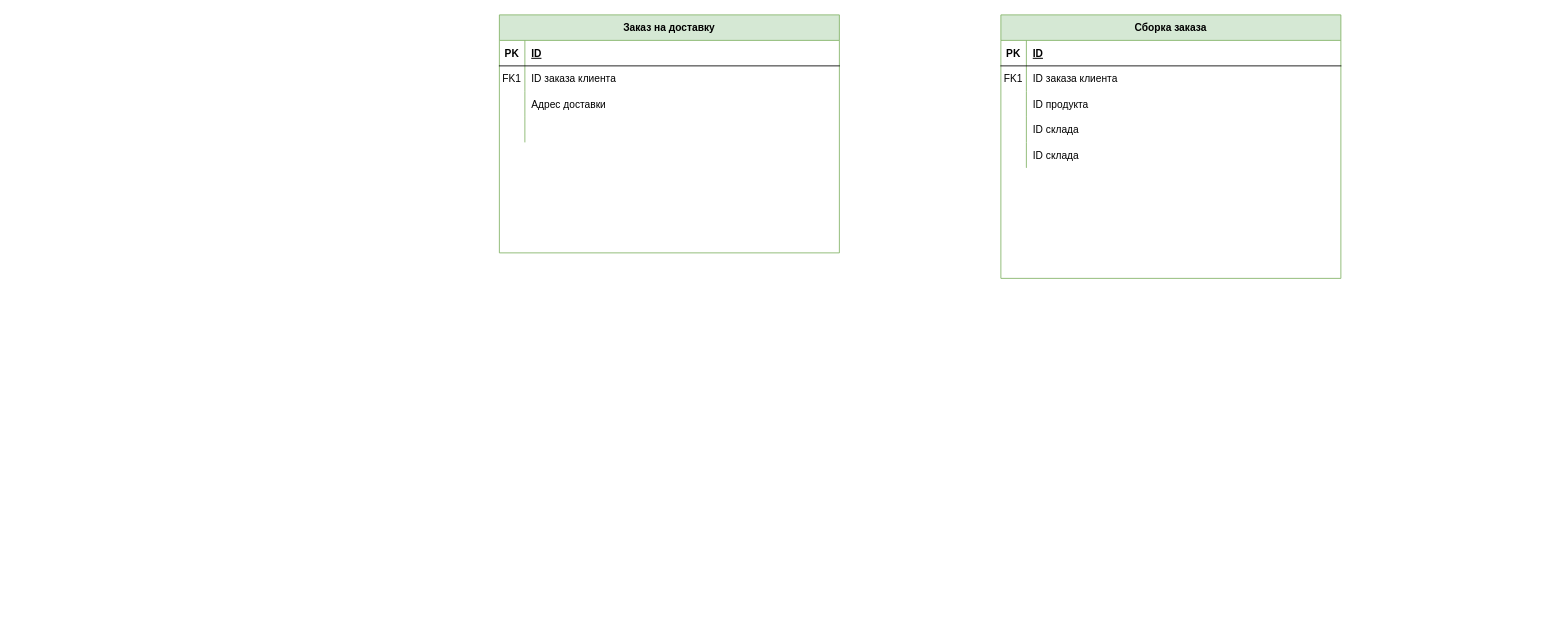
getitsoIved/examplesOfArtifacts keeps this draw.io diagram as ERD Доставка.drawio. Above is the earlier version. Source tidied: cells renumbered, new cells numbered last; positions are measured from the earlier drawing's top-left corner, leaving out a move shared by most shapes. Both pictures are drawn from the tidied source at 85%, with x=0, y=0 at pixel (499, 14).
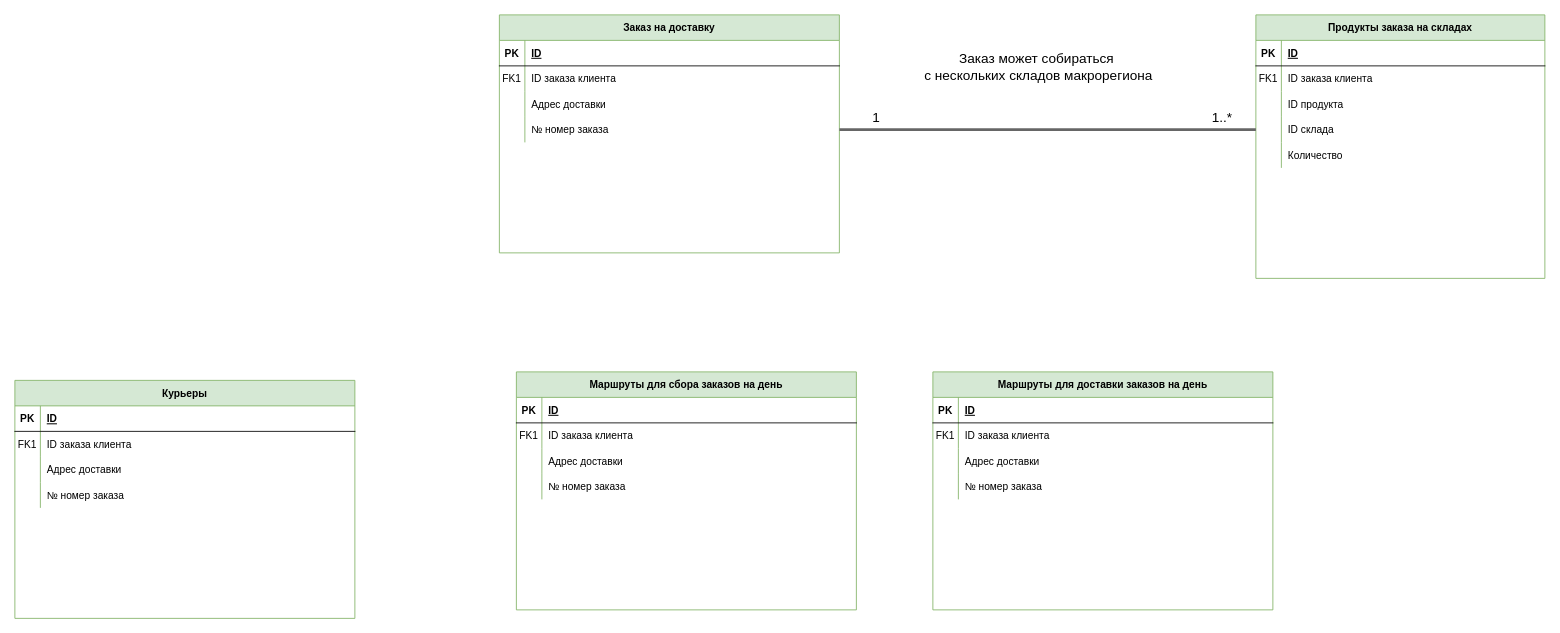
The same diagram, later.

Unchanged cells that the change refers to:
```xml
<mxCell id="12" style="shape=partialRectangle;fillColor=none;points=[[0,0.5],[1,0.5]];portConstraint=eastwest;top=0;left=0;right=0;bottom=0;" parent="2" vertex="1">
  <mxGeometry y="120" width="400" height="30" as="geometry" />
</mxCell>
```

What changed in the source:
```diff
@@
-    <mxCell id="14" style="shape=partialRectangle;overflow=hidden;fillColor=none;top=0;left=0;bottom=0;right=0;align=left;spacingLeft=6;" parent="12" vertex="1">
+    <mxCell id="14" value="№ номер заказа" style="shape=partialRectangle;overflow=hidden;fillColor=none;top=0;left=0;bottom=0;right=0;align=left;spacingLeft=6;" parent="12" vertex="1">
       <mxGeometry x="30" width="370" height="30" as="geometry" />
     </mxCell>
-    <mxCell id="15" value="Сборка заказа" style="shape=table;startSize=30;childLayout=tableLayout;rowLines=0;fontStyle=1;align=center;fillColor=#d5e8d4;strokeColor=#82b366;" parent="1" vertex="1">
-      <mxGeometry x="590" width="400" height="310" as="geometry" />
+    <mxCell id="15" value="Продукты заказа на складах" style="shape=table;startSize=30;childLayout=tableLayout;rowLines=0;fontStyle=1;align=center;fillColor=#d5e8d4;strokeColor=#82b366;" parent="1" vertex="1">
+      <mxGeometry x="890" width="340" height="310" as="geometry" />
     </mxCell>
     <mxCell id="16" style="shape=partialRectangle;fillColor=none;top=0;left=0;right=0;bottom=1;" parent="15" vertex="1">
-      <mxGeometry y="30" width="400" height="30" as="geometry" />
+      <mxGeometry y="30" width="340" height="30" as="geometry" />
     </mxCell>
@@
     <mxCell id="18" value="ID" style="shape=partialRectangle;overflow=hidden;fillColor=none;top=0;left=0;bottom=0;right=0;align=left;spacingLeft=6;fontStyle=5;" parent="16" vertex="1">
-      <mxGeometry x="30" width="370" height="30" as="geometry" />
+      <mxGeometry x="30" width="310" height="30" as="geometry" />
     </mxCell>
     <mxCell id="19" style="shape=partialRectangle;fillColor=none;top=0;left=0;right=0;bottom=0;" parent="15" vertex="1">
-      <mxGeometry y="60" width="400" height="30" as="geometry" />
+      <mxGeometry y="60" width="340" height="30" as="geometry" />
     </mxCell>
@@
     <mxCell id="21" value="ID заказа клиента" style="shape=partialRectangle;overflow=hidden;fillColor=none;top=0;left=0;bottom=0;right=0;align=left;spacingLeft=6;" parent="19" vertex="1">
-      <mxGeometry x="30" width="370" height="30" as="geometry" />
+      <mxGeometry x="30" width="310" height="30" as="geometry" />
     </mxCell>
     <mxCell id="22" style="shape=partialRectangle;fillColor=none;top=0;left=0;right=0;bottom=0;" parent="15" vertex="1">
-      <mxGeometry y="90" width="400" height="30" as="geometry" />
+      <mxGeometry y="90" width="340" height="30" as="geometry" />
     </mxCell>
@@
     <mxCell id="24" value="ID продукта" style="shape=partialRectangle;overflow=hidden;fillColor=none;top=0;left=0;bottom=0;right=0;align=left;spacingLeft=6;" parent="22" vertex="1">
-      <mxGeometry x="30" width="370" height="30" as="geometry" />
+      <mxGeometry x="30" width="310" height="30" as="geometry" />
     </mxCell>
     <mxCell id="25" style="shape=partialRectangle;fillColor=none;points=[[0,0.5],[1,0.5]];portConstraint=eastwest;top=0;left=0;right=0;bottom=0;" parent="15" vertex="1">
-      <mxGeometry y="120" width="400" height="30" as="geometry" />
+      <mxGeometry y="120" width="340" height="30" as="geometry" />
     </mxCell>
@@
     <mxCell id="27" value="ID склада" style="shape=partialRectangle;overflow=hidden;fillColor=none;top=0;left=0;bottom=0;right=0;align=left;spacingLeft=6;" parent="25" vertex="1">
-      <mxGeometry x="30" width="370" height="30" as="geometry" />
+      <mxGeometry x="30" width="310" height="30" as="geometry" />
     </mxCell>
     <mxCell id="28" style="shape=partialRectangle;fillColor=none;top=0;left=0;right=0;bottom=0;" parent="15" vertex="1">
-      <mxGeometry y="150" width="400" height="30" as="geometry" />
+      <mxGeometry y="150" width="340" height="30" as="geometry" />
     </mxCell>
@@
-    <mxCell id="30" value="ID склада" style="shape=partialRectangle;overflow=hidden;fillColor=none;top=0;left=0;bottom=0;right=0;align=left;spacingLeft=6;" parent="28" vertex="1">
-      <mxGeometry x="30" width="370" height="30" as="geometry" />
+    <mxCell id="30" value="Количество" style="shape=partialRectangle;overflow=hidden;fillColor=none;top=0;left=0;bottom=0;right=0;align=left;spacingLeft=6;" parent="28" vertex="1">
+      <mxGeometry x="30" width="310" height="30" as="geometry" />
     </mxCell>
+    <mxCell id="31" style="edgeStyle=orthogonalEdgeStyle;rounded=0;jettySize=auto;html=1;endArrow=none;endFill=0;fillColor=#f5f5f5;strokeColor=#666666;strokeWidth=3;" parent="1" edge="1" source="12" target="25">
+      <mxGeometry relative="1" as="geometry" />
+    </mxCell>
+    <mxCell id="32" value="1..*" style="edgeLabel;html=1;align=center;verticalAlign=middle;fontSize=16;" parent="31" vertex="1">
+      <mxGeometry x="0.84" relative="1" as="geometry">
+        <mxPoint x="-2" y="-16" as="offset" />
+      </mxGeometry>
+    </mxCell>
+    <mxCell id="33" value="1" style="edgeLabel;html=1;align=center;verticalAlign=middle;fontSize=16;" parent="31" vertex="1">
+      <mxGeometry x="-0.83" y="5" relative="1" as="geometry">
+        <mxPoint y="-11" as="offset" />
+      </mxGeometry>
+    </mxCell>
+    <mxCell id="34" value="&lt;font style=&quot;font-size: 16px;&quot;&gt;Заказ может собираться&amp;nbsp;&lt;br&gt;с нескольких складов макрорегиона&lt;/font&gt;" style="edgeLabel;html=1;align=center;verticalAlign=middle;" parent="31" vertex="1">
+      <mxGeometry x="-0.05" y="5" relative="1" as="geometry">
+        <mxPoint y="-70" as="offset" />
+      </mxGeometry>
+    </mxCell>
+    <mxCell id="35" value="Маршруты для сбора заказов на день" style="shape=table;startSize=30;childLayout=tableLayout;rowLines=0;fontStyle=1;align=center;fillColor=#d5e8d4;strokeColor=#82b366;" parent="1" vertex="1">
+      <mxGeometry x="20" y="420" width="400" height="280" as="geometry" />
+    </mxCell>
+    <mxCell id="36" style="shape=partialRectangle;fillColor=none;top=0;left=0;right=0;bottom=1;" parent="35" vertex="1">
+      <mxGeometry y="30" width="400" height="30" as="geometry" />
+    </mxCell>
+    <mxCell id="37" value="PK" style="shape=partialRectangle;overflow=hidden;fillColor=none;top=0;left=0;bottom=0;right=0;fontStyle=1;" parent="36" vertex="1">
+      <mxGeometry width="30" height="30" as="geometry" />
+    </mxCell>
+    <mxCell id="38" value="ID" style="shape=partialRectangle;overflow=hidden;fillColor=none;top=0;left=0;bottom=0;right=0;align=left;spacingLeft=6;fontStyle=5;" parent="36" vertex="1">
+      <mxGeometry x="30" width="370" height="30" as="geometry" />
+    </mxCell>
+    <mxCell id="39" style="shape=partialRectangle;fillColor=none;top=0;left=0;right=0;bottom=0;" parent="35" vertex="1">
+      <mxGeometry y="60" width="400" height="30" as="geometry" />
+    </mxCell>
+    <mxCell id="40" value="FK1" style="shape=partialRectangle;overflow=hidden;fillColor=none;top=0;left=0;bottom=0;right=0;" parent="39" vertex="1">
+      <mxGeometry width="30" height="30" as="geometry" />
+    </mxCell>
+    <mxCell id="41" value="ID заказа клиента" style="shape=partialRectangle;overflow=hidden;fillColor=none;top=0;left=0;bottom=0;right=0;align=left;spacingLeft=6;" parent="39" vertex="1">
+      <mxGeometry x="30" width="370" height="30" as="geometry" />
+    </mxCell>
+    <mxCell id="42" style="shape=partialRectangle;fillColor=none;top=0;left=0;right=0;bottom=0;" parent="35" vertex="1">
+      <mxGeometry y="90" width="400" height="30" as="geometry" />
+    </mxCell>
+    <mxCell id="43" style="shape=partialRectangle;overflow=hidden;fillColor=none;top=0;left=0;bottom=0;right=0;" parent="42" vertex="1">
+      <mxGeometry width="30" height="30" as="geometry" />
+    </mxCell>
+    <mxCell id="44" value="Адрес доставки" style="shape=partialRectangle;overflow=hidden;fillColor=none;top=0;left=0;bottom=0;right=0;align=left;spacingLeft=6;" parent="42" vertex="1">
+      <mxGeometry x="30" width="370" height="30" as="geometry" />
+    </mxCell>
+    <mxCell id="45" style="shape=partialRectangle;fillColor=none;top=0;left=0;right=0;bottom=0;" parent="35" vertex="1">
+      <mxGeometry y="120" width="400" height="30" as="geometry" />
+    </mxCell>
+    <mxCell id="46" style="shape=partialRectangle;overflow=hidden;fillColor=none;top=0;left=0;bottom=0;right=0;" parent="45" vertex="1">
+      <mxGeometry width="30" height="30" as="geometry" />
+    </mxCell>
+    <mxCell id="47" value="№ номер заказа" style="shape=partialRectangle;overflow=hidden;fillColor=none;top=0;left=0;bottom=0;right=0;align=left;spacingLeft=6;" parent="45" vertex="1">
+      <mxGeometry x="30" width="370" height="30" as="geometry" />
+    </mxCell>
+    <mxCell id="48" value="Маршруты для доставки заказов на день" style="shape=table;startSize=30;childLayout=tableLayout;rowLines=0;fontStyle=1;align=center;fillColor=#d5e8d4;strokeColor=#82b366;" parent="1" vertex="1">
+      <mxGeometry x="510" y="420" width="400" height="280" as="geometry" />
+    </mxCell>
+    <mxCell id="49" style="shape=partialRectangle;fillColor=none;top=0;left=0;right=0;bottom=1;" parent="48" vertex="1">
+      <mxGeometry y="30" width="400" height="30" as="geometry" />
+    </mxCell>
+    <mxCell id="50" value="PK" style="shape=partialRectangle;overflow=hidden;fillColor=none;top=0;left=0;bottom=0;right=0;fontStyle=1;" parent="49" vertex="1">
+      <mxGeometry width="30" height="30" as="geometry" />
+    </mxCell>
+    <mxCell id="51" value="ID" style="shape=partialRectangle;overflow=hidden;fillColor=none;top=0;left=0;bottom=0;right=0;align=left;spacingLeft=6;fontStyle=5;" parent="49" vertex="1">
+      <mxGeometry x="30" width="370" height="30" as="geometry" />
+    </mxCell>
+    <mxCell id="52" style="shape=partialRectangle;fillColor=none;top=0;left=0;right=0;bottom=0;" parent="48" vertex="1">
+      <mxGeometry y="60" width="400" height="30" as="geometry" />
+    </mxCell>
+    <mxCell id="53" value="FK1" style="shape=partialRectangle;overflow=hidden;fillColor=none;top=0;left=0;bottom=0;right=0;" parent="52" vertex="1">
+      <mxGeometry width="30" height="30" as="geometry" />
+    </mxCell>
+    <mxCell id="54" value="ID заказа клиента" style="shape=partialRectangle;overflow=hidden;fillColor=none;top=0;left=0;bottom=0;right=0;align=left;spacingLeft=6;" parent="52" vertex="1">
+      <mxGeometry x="30" width="370" height="30" as="geometry" />
+    </mxCell>
+    <mxCell id="55" style="shape=partialRectangle;fillColor=none;top=0;left=0;right=0;bottom=0;" parent="48" vertex="1">
+      <mxGeometry y="90" width="400" height="30" as="geometry" />
+    </mxCell>
+    <mxCell id="56" style="shape=partialRectangle;overflow=hidden;fillColor=none;top=0;left=0;bottom=0;right=0;" parent="55" vertex="1">
+      <mxGeometry width="30" height="30" as="geometry" />
+    </mxCell>
+    <mxCell id="57" value="Адрес доставки" style="shape=partialRectangle;overflow=hidden;fillColor=none;top=0;left=0;bottom=0;right=0;align=left;spacingLeft=6;" parent="55" vertex="1">
+      <mxGeometry x="30" width="370" height="30" as="geometry" />
+    </mxCell>
+    <mxCell id="58" style="shape=partialRectangle;fillColor=none;top=0;left=0;right=0;bottom=0;" parent="48" vertex="1">
+      <mxGeometry y="120" width="400" height="30" as="geometry" />
+    </mxCell>
+    <mxCell id="59" style="shape=partialRectangle;overflow=hidden;fillColor=none;top=0;left=0;bottom=0;right=0;" parent="58" vertex="1">
+      <mxGeometry width="30" height="30" as="geometry" />
+    </mxCell>
+    <mxCell id="60" value="№ номер заказа" style="shape=partialRectangle;overflow=hidden;fillColor=none;top=0;left=0;bottom=0;right=0;align=left;spacingLeft=6;" parent="58" vertex="1">
+      <mxGeometry x="30" width="370" height="30" as="geometry" />
+    </mxCell>
+    <mxCell id="61" value="Курьеры" style="shape=table;startSize=30;childLayout=tableLayout;rowLines=0;fontStyle=1;align=center;fillColor=#d5e8d4;strokeColor=#82b366;" parent="1" vertex="1">
+      <mxGeometry x="-570" y="430" width="400" height="280" as="geometry" />
+    </mxCell>
+    <mxCell id="62" style="shape=partialRectangle;fillColor=none;top=0;left=0;right=0;bottom=1;" parent="61" vertex="1">
+      <mxGeometry y="30" width="400" height="30" as="geometry" />
+    </mxCell>
+    <mxCell id="63" value="PK" style="shape=partialRectangle;overflow=hidden;fillColor=none;top=0;left=0;bottom=0;right=0;fontStyle=1;" parent="62" vertex="1">
+      <mxGeometry width="30" height="30" as="geometry" />
+    </mxCell>
+    <mxCell id="64" value="ID" style="shape=partialRectangle;overflow=hidden;fillColor=none;top=0;left=0;bottom=0;right=0;align=left;spacingLeft=6;fontStyle=5;" parent="62" vertex="1">
+      <mxGeometry x="30" width="370" height="30" as="geometry" />
+    </mxCell>
+    <mxCell id="65" style="shape=partialRectangle;fillColor=none;top=0;left=0;right=0;bottom=0;" parent="61" vertex="1">
+      <mxGeometry y="60" width="400" height="30" as="geometry" />
+    </mxCell>
+    <mxCell id="66" value="FK1" style="shape=partialRectangle;overflow=hidden;fillColor=none;top=0;left=0;bottom=0;right=0;" parent="65" vertex="1">
+      <mxGeometry width="30" height="30" as="geometry" />
+    </mxCell>
+    <mxCell id="67" value="ID заказа клиента" style="shape=partialRectangle;overflow=hidden;fillColor=none;top=0;left=0;bottom=0;right=0;align=left;spacingLeft=6;" parent="65" vertex="1">
+      <mxGeometry x="30" width="370" height="30" as="geometry" />
+    </mxCell>
+    <mxCell id="68" style="shape=partialRectangle;fillColor=none;top=0;left=0;right=0;bottom=0;" parent="61" vertex="1">
+      <mxGeometry y="90" width="400" height="30" as="geometry" />
+    </mxCell>
+    <mxCell id="69" style="shape=partialRectangle;overflow=hidden;fillColor=none;top=0;left=0;bottom=0;right=0;" parent="68" vertex="1">
+      <mxGeometry width="30" height="30" as="geometry" />
+    </mxCell>
+    <mxCell id="70" value="Адрес доставки" style="shape=partialRectangle;overflow=hidden;fillColor=none;top=0;left=0;bottom=0;right=0;align=left;spacingLeft=6;" parent="68" vertex="1">
+      <mxGeometry x="30" width="370" height="30" as="geometry" />
+    </mxCell>
+    <mxCell id="71" style="shape=partialRectangle;fillColor=none;top=0;left=0;right=0;bottom=0;" parent="61" vertex="1">
+      <mxGeometry y="120" width="400" height="30" as="geometry" />
+    </mxCell>
+    <mxCell id="72" style="shape=partialRectangle;overflow=hidden;fillColor=none;top=0;left=0;bottom=0;right=0;" parent="71" vertex="1">
+      <mxGeometry width="30" height="30" as="geometry" />
+    </mxCell>
+    <mxCell id="73" value="№ номер заказа" style="shape=partialRectangle;overflow=hidden;fillColor=none;top=0;left=0;bottom=0;right=0;align=left;spacingLeft=6;" parent="71" vertex="1">
+      <mxGeometry x="30" width="370" height="30" as="geometry" />
+    </mxCell>
```
